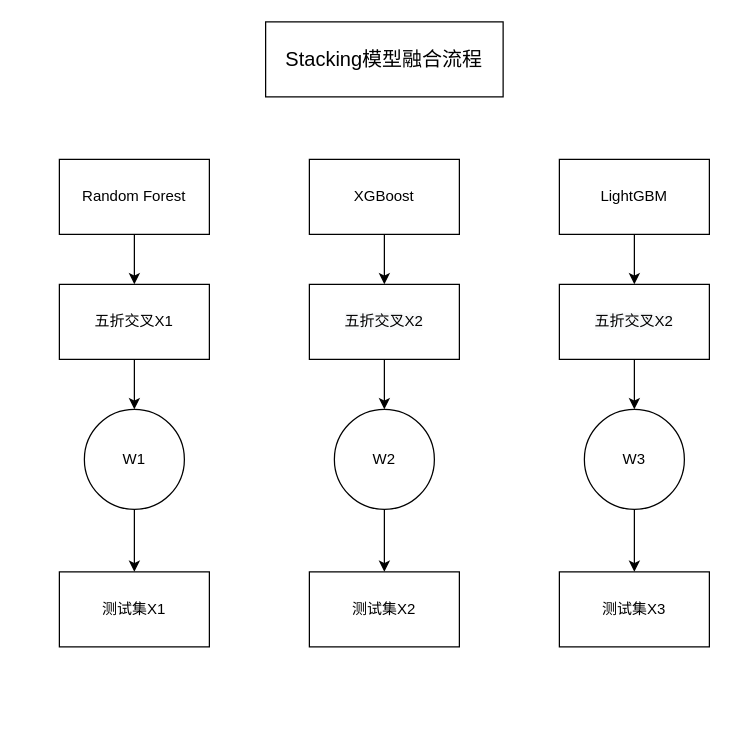
Before: 江苏银行杯.drawio in ThinkingXuan/draw, a draw.io diagram. Source tidied: cells renumbered, new cells numbered last; positions are measured from the earlier drawing's top-left corner, leaving out a move shared by most shapes. Both pictures are drawn from the tidied source at 125%, with x=0, y=0 at pixel (59, 21).
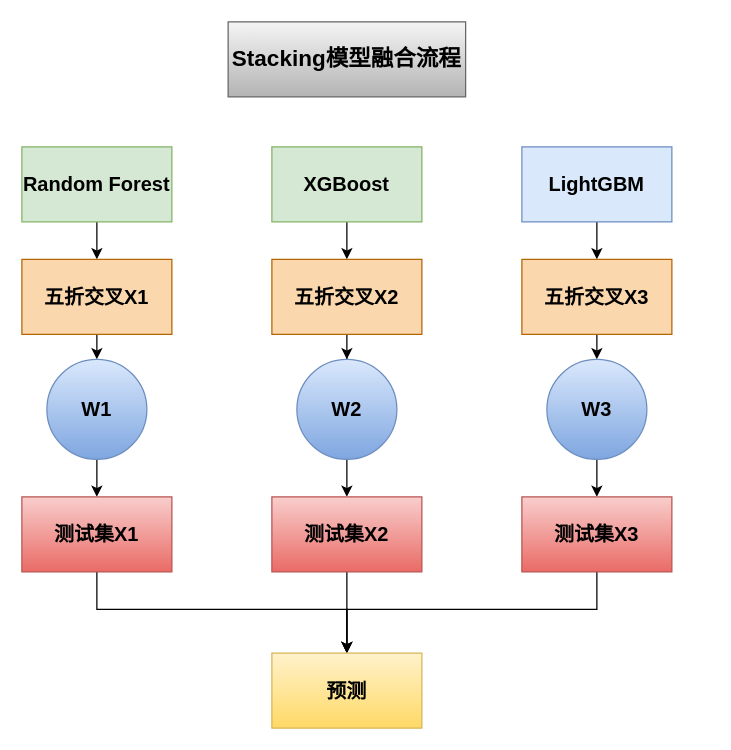
After the change.

Commit message (it also covers changes not shown here):
更新江苏银行杯.drawio

Diff of the diagram source:
```diff
@@
-    <mxCell id="2" value="&lt;p style=&quot;margin-top: 0pt ; margin-bottom: 0pt ; margin-left: 0in ; text-align: left ; direction: ltr ; unicode-bidi: embed ; word-break: normal ; font-size: 16px&quot;&gt;&lt;span&gt;Stacking&lt;/span&gt;&lt;span&gt;模型融合流程&lt;/span&gt;&lt;/p&gt;" style="rounded=0;whiteSpace=wrap;html=1;" parent="1" vertex="1">
-      <mxGeometry x="165" width="190" height="60" as="geometry" />
+    <mxCell id="2" value="&lt;p style=&quot;margin-top: 0pt; margin-bottom: 0pt; margin-left: 0in; text-align: left; direction: ltr; unicode-bidi: embed; word-break: normal; font-size: 18px;&quot;&gt;&lt;span style=&quot;font-size: 18px;&quot;&gt;Stacking&lt;/span&gt;&lt;span style=&quot;font-size: 18px;&quot;&gt;模型融合流程&lt;/span&gt;&lt;/p&gt;" style="rounded=0;whiteSpace=wrap;html=1;gradientColor=#b3b3b3;fillColor=#f5f5f5;strokeColor=#666666;fontStyle=1;fontSize=18;" parent="1" vertex="1">
+      <mxGeometry x="135" width="190" height="60" as="geometry" />
     </mxCell>
@@
-    <mxCell id="4" value="Random Forest" style="rounded=0;whiteSpace=wrap;html=1;" parent="1" vertex="1">
-      <mxGeometry y="110" width="120" height="60" as="geometry" />
+    <mxCell id="4" value="Random Forest" style="rounded=0;whiteSpace=wrap;html=1;fillColor=#d5e8d4;strokeColor=#82b366;fontSize=16;fontStyle=1;" parent="1" vertex="1">
+      <mxGeometry x="-30" y="100" width="120" height="60" as="geometry" />
     </mxCell>
@@
-    <mxCell id="6" value="XGBoost" style="rounded=0;whiteSpace=wrap;html=1;" parent="1" vertex="1">
-      <mxGeometry x="200" y="110" width="120" height="60" as="geometry" />
+    <mxCell id="6" value="XGBoost" style="rounded=0;whiteSpace=wrap;html=1;fillColor=#d5e8d4;strokeColor=#82b366;fontSize=16;fontStyle=1;" parent="1" vertex="1">
+      <mxGeometry x="170" y="100" width="120" height="60" as="geometry" />
     </mxCell>
@@
-    <mxCell id="8" value="LightGBM" style="rounded=0;whiteSpace=wrap;html=1;" parent="1" vertex="1">
-      <mxGeometry x="400" y="110" width="120" height="60" as="geometry" />
+    <mxCell id="8" value="LightGBM" style="rounded=0;whiteSpace=wrap;html=1;fillColor=#dae8fc;strokeColor=#6c8ebf;fontSize=16;fontStyle=1;" parent="1" vertex="1">
+      <mxGeometry x="370" y="100" width="120" height="60" as="geometry" />
     </mxCell>
@@
-    <mxCell id="10" value="五折交叉X1" style="rounded=0;whiteSpace=wrap;html=1;" parent="1" vertex="1">
-      <mxGeometry y="210" width="120" height="60" as="geometry" />
+    <mxCell id="10" value="五折交叉X1" style="rounded=0;whiteSpace=wrap;html=1;fillColor=#fad7ac;strokeColor=#b46504;fontSize=16;fontStyle=1;" parent="1" vertex="1">
+      <mxGeometry x="-30" y="190" width="120" height="60" as="geometry" />
     </mxCell>
@@
-    <mxCell id="12" value="&lt;span style=&quot;color: rgb(0 , 0 , 0) ; font-family: &amp;#34;helvetica&amp;#34; ; font-size: 12px ; font-style: normal ; font-weight: 400 ; letter-spacing: normal ; text-align: center ; text-indent: 0px ; text-transform: none ; word-spacing: 0px ; background-color: rgb(248 , 249 , 250) ; display: inline ; float: none&quot;&gt;五折交叉X2&lt;/span&gt;" style="rounded=0;whiteSpace=wrap;html=1;" parent="1" vertex="1">
-      <mxGeometry x="200" y="210" width="120" height="60" as="geometry" />
+    <mxCell id="12" value="&lt;font face=&quot;helvetica&quot; style=&quot;font-size: 16px;&quot;&gt;五折交叉X2&lt;/font&gt;" style="rounded=0;whiteSpace=wrap;html=1;fillColor=#fad7ac;strokeColor=#b46504;fontSize=16;fontStyle=1;" parent="1" vertex="1">
+      <mxGeometry x="170" y="190" width="120" height="60" as="geometry" />
     </mxCell>
     <mxCell id="13" style="edgeStyle=orthogonalEdgeStyle;rounded=0;jettySize=auto;html=1;" parent="1" edge="1" source="14" target="20">
       <mxGeometry relative="1" as="geometry">
         <Array as="points">
-          <mxPoint x="460" y="320" />
-          <mxPoint x="460" y="320" />
+          <mxPoint x="430" y="330" />
+          <mxPoint x="430" y="330" />
         </Array>
       </mxGeometry>
     </mxCell>
-    <mxCell id="14" value="&lt;span style=&quot;color: rgb(0 , 0 , 0) ; font-family: &amp;#34;helvetica&amp;#34; ; font-size: 12px ; font-style: normal ; font-weight: 400 ; letter-spacing: normal ; text-align: center ; text-indent: 0px ; text-transform: none ; word-spacing: 0px ; background-color: rgb(248 , 249 , 250) ; display: inline ; float: none&quot;&gt;五折交叉X2&lt;/span&gt;" style="rounded=0;whiteSpace=wrap;html=1;" parent="1" vertex="1">
-      <mxGeometry x="400" y="210" width="120" height="60" as="geometry" />
+    <mxCell id="14" value="&lt;font face=&quot;helvetica&quot; style=&quot;font-size: 16px;&quot;&gt;五折交叉X3&lt;/font&gt;" style="rounded=0;whiteSpace=wrap;html=1;fillColor=#fad7ac;strokeColor=#b46504;fontSize=16;fontStyle=1;" parent="1" vertex="1">
+      <mxGeometry x="370" y="190" width="120" height="60" as="geometry" />
     </mxCell>
@@
-    <mxCell id="16" value="W1" style="ellipse;whiteSpace=wrap;html=1;" parent="1" vertex="1">
-      <mxGeometry x="20" y="310" width="80" height="80" as="geometry" />
+    <mxCell id="16" value="W1" style="ellipse;whiteSpace=wrap;html=1;fillColor=#dae8fc;strokeColor=#6c8ebf;gradientColor=#7ea6e0;fontSize=16;fontStyle=1;" parent="1" vertex="1">
+      <mxGeometry x="-10" y="270" width="80" height="80" as="geometry" />
     </mxCell>
@@
-    <mxCell id="18" value="W2" style="ellipse;whiteSpace=wrap;html=1;" parent="1" vertex="1">
-      <mxGeometry x="220" y="310" width="80" height="80" as="geometry" />
+    <mxCell id="18" value="W2" style="ellipse;whiteSpace=wrap;html=1;gradientColor=#7ea6e0;fillColor=#dae8fc;strokeColor=#6c8ebf;fontSize=16;fontStyle=1;" parent="1" vertex="1">
+      <mxGeometry x="190" y="270" width="80" height="80" as="geometry" />
     </mxCell>
@@
-    <mxCell id="20" value="W3" style="ellipse;whiteSpace=wrap;html=1;" parent="1" vertex="1">
-      <mxGeometry x="420" y="310" width="80" height="80" as="geometry" />
+    <mxCell id="20" value="W3" style="ellipse;whiteSpace=wrap;html=1;gradientColor=#7ea6e0;fillColor=#dae8fc;strokeColor=#6c8ebf;fontSize=16;fontStyle=1;" parent="1" vertex="1">
+      <mxGeometry x="390" y="270" width="80" height="80" as="geometry" />
     </mxCell>
+    <mxCell id="24" style="edgeStyle=orthogonalEdgeStyle;rounded=0;jettySize=auto;html=1;entryX=0.5;entryY=0;entryDx=0;entryDy=0;" parent="1" edge="1" source="21" target="27">
+      <mxGeometry relative="1" as="geometry">
+        <Array as="points">
+          <mxPoint x="30" y="470" />
+          <mxPoint x="230" y="470" />
+        </Array>
+      </mxGeometry>
+    </mxCell>
-    <mxCell id="21" value="测试集X1" style="rounded=0;whiteSpace=wrap;html=1;" parent="1" vertex="1">
-      <mxGeometry y="440" width="120" height="60" as="geometry" />
+    <mxCell id="21" value="测试集X1" style="rounded=0;whiteSpace=wrap;html=1;gradientColor=#ea6b66;fillColor=#f8cecc;strokeColor=#b85450;fontSize=16;fontStyle=1;" parent="1" vertex="1">
+      <mxGeometry x="-30" y="380" width="120" height="60" as="geometry" />
     </mxCell>
+    <mxCell id="25" style="edgeStyle=orthogonalEdgeStyle;rounded=0;jettySize=auto;html=1;entryX=0.5;entryY=0;entryDx=0;entryDy=0;" parent="1" edge="1" source="22" target="27">
+      <mxGeometry relative="1" as="geometry" />
+    </mxCell>
-    <mxCell id="22" value="测试集X2" style="rounded=0;whiteSpace=wrap;html=1;" parent="1" vertex="1">
-      <mxGeometry x="200" y="440" width="120" height="60" as="geometry" />
+    <mxCell id="22" value="测试集X2" style="rounded=0;whiteSpace=wrap;html=1;gradientColor=#ea6b66;fillColor=#f8cecc;strokeColor=#b85450;fontSize=16;fontStyle=1;" parent="1" vertex="1">
+      <mxGeometry x="170" y="380" width="120" height="60" as="geometry" />
     </mxCell>
+    <mxCell id="26" style="edgeStyle=orthogonalEdgeStyle;rounded=0;jettySize=auto;html=1;" parent="1" edge="1" source="23" target="27">
+      <mxGeometry relative="1" as="geometry">
+        <Array as="points">
+          <mxPoint x="430" y="470" />
+          <mxPoint x="230" y="470" />
+        </Array>
+      </mxGeometry>
+    </mxCell>
-    <mxCell id="23" value="测试集X3" style="rounded=0;whiteSpace=wrap;html=1;" parent="1" vertex="1">
-      <mxGeometry x="400" y="440" width="120" height="60" as="geometry" />
+    <mxCell id="23" value="测试集X3" style="rounded=0;whiteSpace=wrap;html=1;gradientColor=#ea6b66;fillColor=#f8cecc;strokeColor=#b85450;fontSize=16;fontStyle=1;" parent="1" vertex="1">
+      <mxGeometry x="370" y="380" width="120" height="60" as="geometry" />
     </mxCell>
+    <mxCell id="27" value="预测" style="rounded=0;whiteSpace=wrap;html=1;fillColor=#fff2cc;strokeColor=#d6b656;gradientColor=#ffd966;fontSize=16;fontStyle=1;" parent="1" vertex="1">
+      <mxGeometry x="170" y="505" width="120" height="60" as="geometry" />
+    </mxCell>
```
